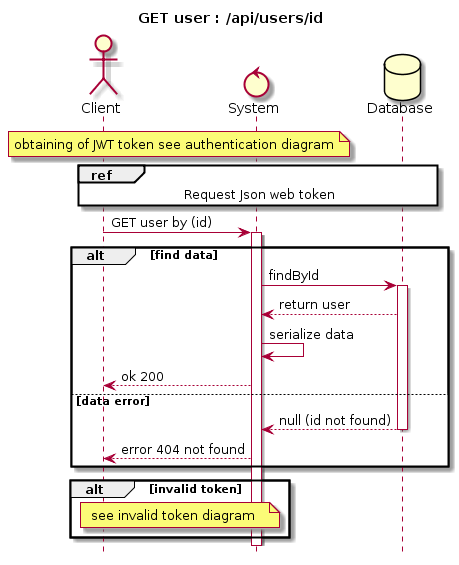
The PlantUML diagram docs/Uml/Diagram_sequences/Diagram_sequence_GET_user.png in siggwer/Bilemo, before a commit.
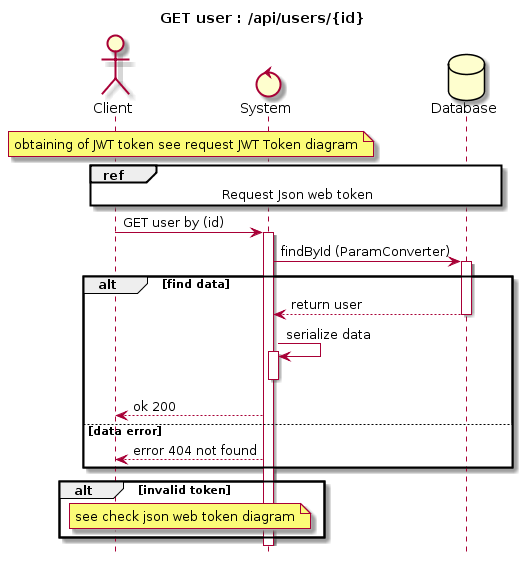
After the commit.

The edit, as a diff of the source:
```diff
@@ -1,36 +1,36 @@
 @startuml
 hide footbox
-title GET user : /api/users/id
+title GET user : /api/users/{id}
 Actor Client
 Control System
 Database Database
 
 note over Client, System
- obtaining of JWT token see authentication diagram
+ obtaining of JWT token see request JWT Token diagram
 end note
 
 ref over Client, System, Database
     Request Json web token
 end ref
 
-
 Client -> System : GET user by (id)
 activate System
 
+System -> Database: findById (ParamConverter)
 alt find data
-System -> Database: findById
 activate Database
 Database --> System : return user
+deactivate Database
 System -> System: serialize data
+activate System
+deactivate System
 System --> Client: ok 200
     else data error
-    Database --> System : null (id not found)
-    deactivate Database
     System --> Client : error 404 not found
 end
 alt invalid token
 note over Client, System
-    see invalid token diagram
+    see check json web token diagram
 end note
 end
 @enduml
```
